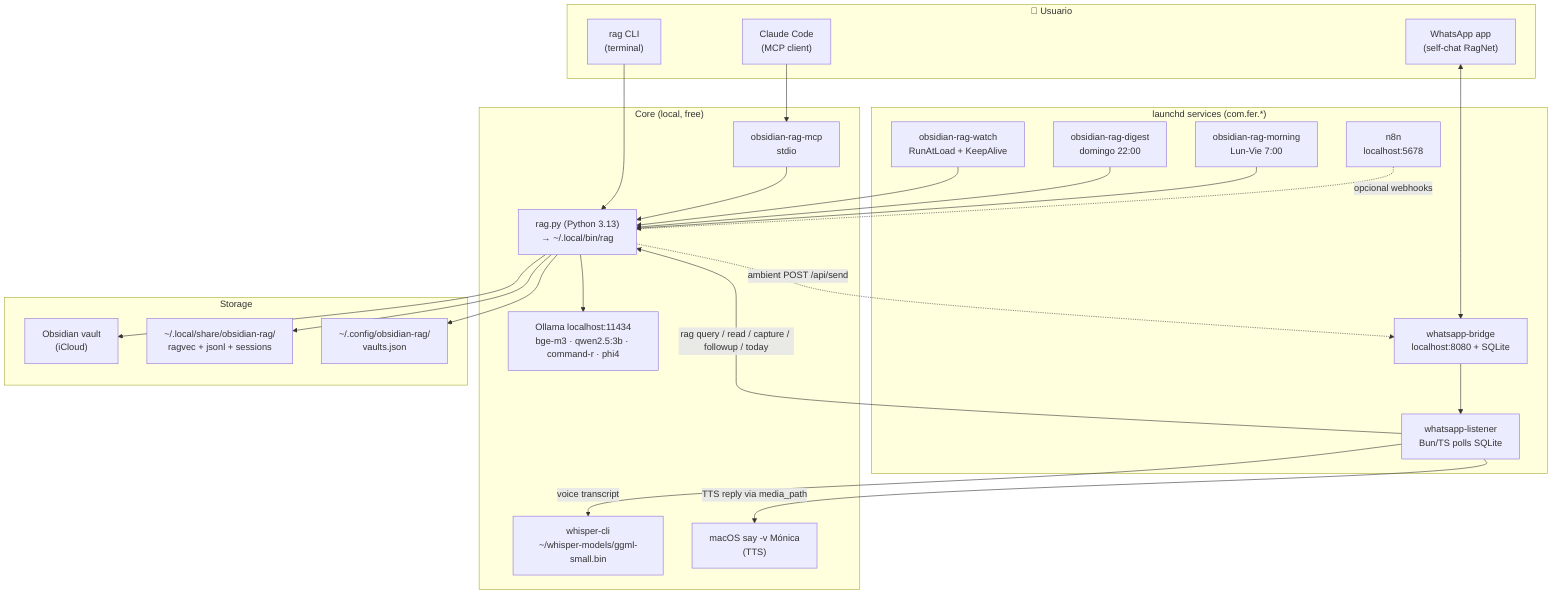
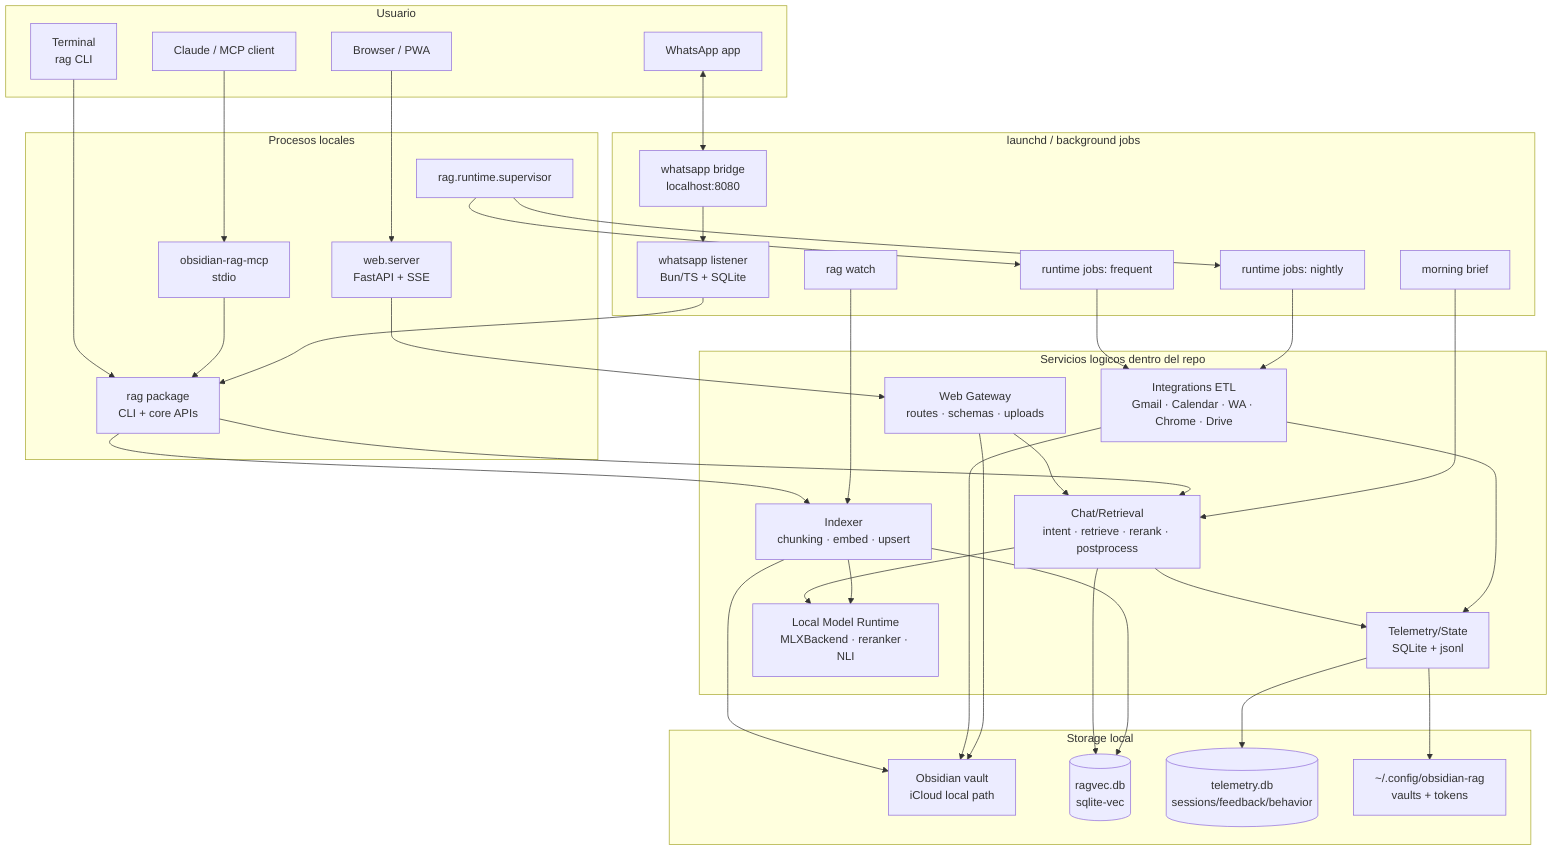
graph TD
-     subgraph User["🧑 Usuario"]
-         CLI["rag CLI<br/>(terminal)"]
-         CC["Claude Code<br/>(MCP client)"]
-         WA["WhatsApp app<br/>(self-chat RagNet)"]
+     subgraph User["Usuario"]
+         Browser["Browser / PWA"]
+         CLI["Terminal<br/>rag CLI"]
+         Claude["Claude / MCP client"]
+         WhatsApp["WhatsApp app"]
    end

-     subgraph Launchd["launchd services (com.fer.*)"]
-         Watch["obsidian-rag-watch<br/>RunAtLoad + KeepAlive"]
-         Digest["obsidian-rag-digest<br/>domingo 22:00"]
-         Morning["obsidian-rag-morning<br/>Lun-Vie 7:00"]
-         Bridge["whatsapp-bridge<br/>localhost:8080 + SQLite"]
-         Listener["whatsapp-listener<br/>Bun/TS polls SQLite"]
-         N8N["n8n<br/>localhost:5678"]
+     subgraph Processes["Procesos locales"]
+         Web["web.server<br/>FastAPI + SSE"]
+         Rag["rag package<br/>CLI + core APIs"]
+         MCP["obsidian-rag-mcp<br/>stdio"]
+         Supervisor["rag.runtime.supervisor"]
    end

-     subgraph Core["Core (local, free)"]
-         Rag["rag.py (Python 3.13)<br/>→ ~/.local/bin/rag"]
-         MCP["obsidian-rag-mcp<br/>stdio"]
-         Ollama["Ollama localhost:11434<br/>bge-m3 · qwen2.5:3b · command-r · phi4"]
-         Whisper["whisper-cli<br/>~/whisper-models/ggml-small.bin"]
-         Say["macOS say -v Mónica<br/>(TTS)"]
+     subgraph Launchd["launchd / background jobs"]
+         Watch["rag watch"]
+         Frequent["runtime jobs: frequent"]
+         Nightly["runtime jobs: nightly"]
+         Morning["morning brief"]
+         Bridge["whatsapp bridge<br/>localhost:8080"]
+         Listener["whatsapp listener<br/>Bun/TS + SQLite"]
    end

-     subgraph Storage["Storage"]
-         Vault["Obsidian vault<br/>(iCloud)"]
-         Local["~/.local/share/obsidian-rag/<br/>ragvec + jsonl + sessions"]
-         Config["~/.config/obsidian-rag/<br/>vaults.json"]
+     subgraph Logical["Servicios logicos dentro del repo"]
+         Gateway["Web Gateway<br/>routes · schemas · uploads"]
+         Retrieval["Chat/Retrieval<br/>intent · retrieve · rerank · postprocess"]
+         Indexer["Indexer<br/>chunking · embed · upsert"]
+         Integrations["Integrations ETL<br/>Gmail · Calendar · WA · Chrome · Drive"]
+         Telemetry["Telemetry/State<br/>SQLite + jsonl"]
+         Models["Local Model Runtime<br/>MLXBackend · reranker · NLI"]
    end

+     subgraph Storage["Storage local"]
+         Vault["Obsidian vault<br/>iCloud local path"]
+         Ragvec[("ragvec.db<br/>sqlite-vec")]
+         State[("telemetry.db<br/>sessions/feedback/behavior")]
+         Config["~/.config/obsidian-rag<br/>vaults + tokens"]
+     end
+ 
+     Browser --> Web
    CLI --> Rag
-     CC --> MCP --> Rag
+     Claude --> MCP --> Rag
+     WhatsApp <--> Bridge
+     Bridge --> Listener
+     Listener --> Rag

-     Watch --> Rag
-     Digest --> Rag
-     Morning --> Rag
+     Web --> Gateway
+     Gateway --> Retrieval
+     Rag --> Retrieval
+     Rag --> Indexer
+     Supervisor --> Frequent
+     Supervisor --> Nightly
+     Watch --> Indexer
+     Frequent --> Integrations
+     Nightly --> Integrations
+     Morning --> Retrieval

-     Rag --> Ollama
-     Rag --> Vault
-     Rag --> Local
-     Rag --> Config
+     Retrieval --> Models
+     Retrieval --> Ragvec
+     Retrieval --> Telemetry
+     Indexer --> Models
+     Indexer --> Ragvec
+     Indexer --> Vault
+     Integrations --> Vault
+     Integrations --> Telemetry

-     WA <--> Bridge
-     Bridge --> Listener
-     Listener -->|voice transcript| Whisper
-     Listener -->|rag query / read / capture / followup / today| Rag
-     Listener -->|TTS reply via media_path| Say
- 
-     Rag -.->|"ambient POST /api/send"| Bridge
-     N8N -.->|opcional webhooks| Rag
+     Telemetry --> State
+     Telemetry --> Config
+     Gateway --> Vault
